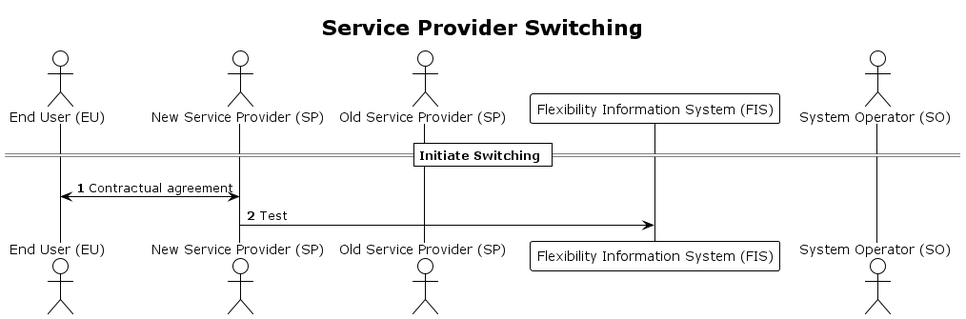
The PlantUML diagram docs/diagrams/service_provider_switching.png in elhub/flex-information-system, before a commit.
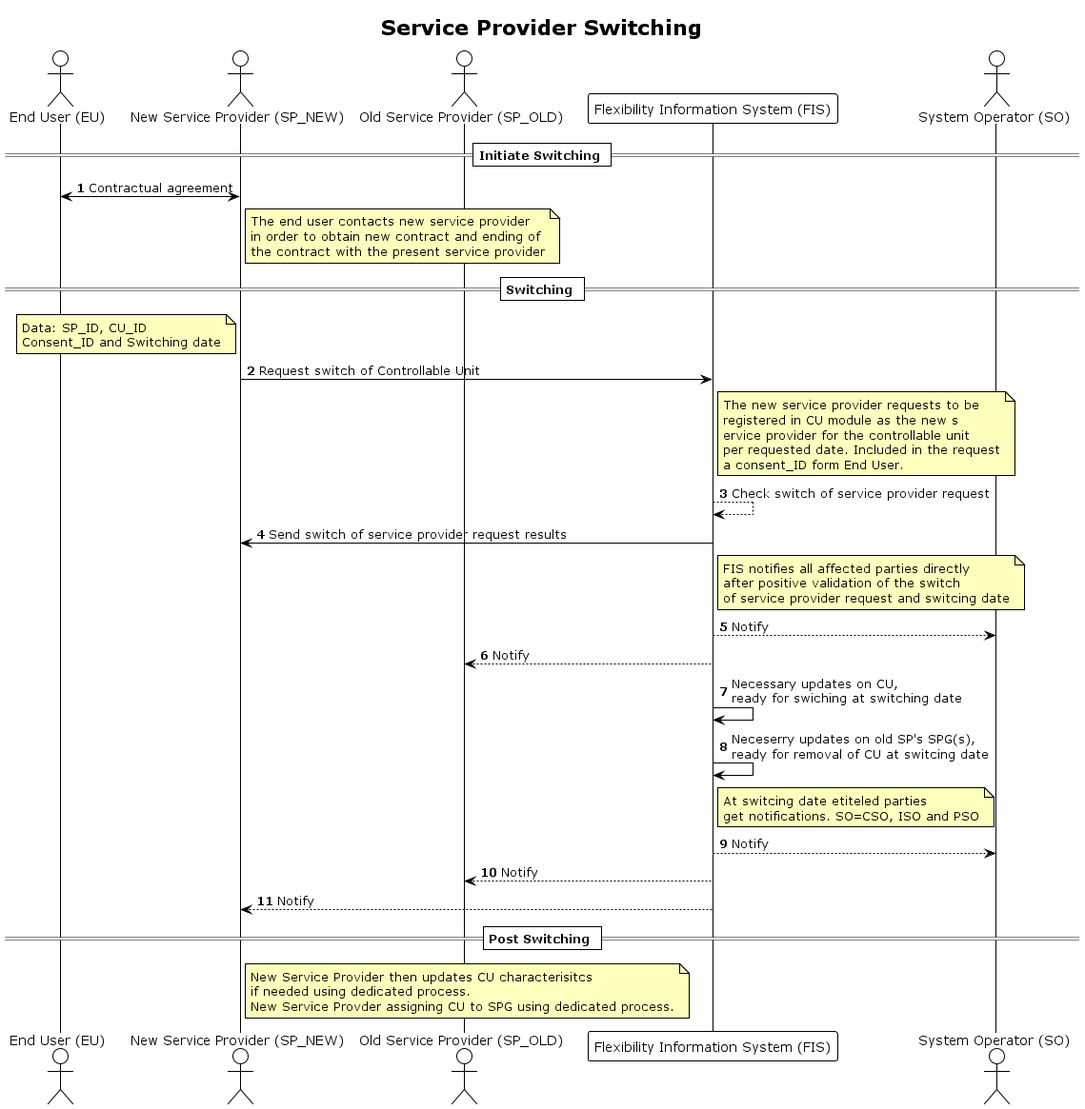
Later version of the same file.

Commit message:
FLEX-281 is updated with sequence and process.

At this stage I want to publish a first draft for Kim and I to discuss. If others have input, please do so.

What changed in the source:
```diff
@@ -9,13 +9,59 @@
 }
 
 actor "End User (EU)" AS EU
-actor "New Service Provider (SP)" as SP_NEW
-actor "Old Service Provider (SP)" as SP_OLD
+actor "New Service Provider (SP_NEW)" as SP_NEW
+actor "Old Service Provider (SP_OLD)" as SP_OLD
 participant "Flexibility Information System (FIS)" as FIS
 actor "System Operator (SO)" as SO
 
 == Initiate Switching ==
 
+
 EU <-> SP_NEW: Contractual agreement
-SP_NEW -> FIS: Test
+Note right SP_NEW
+    The end user contacts new service provider
+    in order to obtain new contract and ending of
+    the contract with the present service provider
+end note
+
+== Switching ==
+Note left SP_NEW
+    Data: SP_ID, CU_ID
+    Consent_ID and Switching date
+end note
+SP_NEW -> FIS: Request switch of Controllable Unit
+Note right FIS
+    The new service provider requests to be
+    registered in CU module as the new s
+    ervice provider for the controllable unit
+    per requested date. Included in the request
+    a consent_ID form End User.
+end note
+
+FIS --> FIS: Check switch of service provider request
+FIS -> SP_NEW: Send switch of service provider request results
+Note right FIS
+    FIS notifies all affected parties directly
+    after positive validation of the switch
+    of service provider request and switcing date
+end note
+FIS --> SO: Notify
+FIS --> SP_OLD: Notify
+FIS -> FIS: Necessary updates on CU, \nready for swiching at switching date
+FIS -> FIS: Neceserry updates on old SP's SPG(s), \nready for removal of CU at switcing date
+
+Note right FIS
+    At switcing date etiteled parties
+    get notifications. SO=CSO, ISO and PSO
+end note
+FIS --> SO: Notify
+FIS --> SP_OLD: Notify
+FIS --> SP_NEW: Notify
+== Post Switching ==
+Note right SP_NEW
+    New Service Provider then updates CU characterisitcs
+    if needed using dedicated process.
+    New Service Provder assigning CU to SPG using dedicated process.
+end note
+
 @enduml
```
